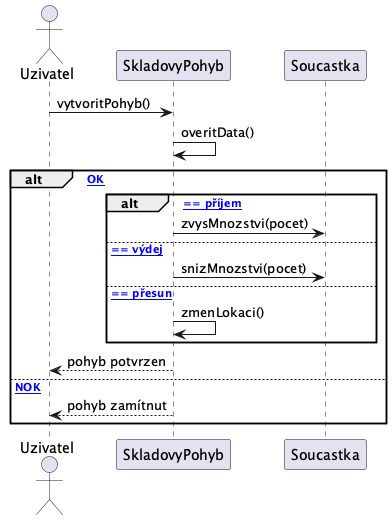
The PlantUML diagram docs/images/13_sequence_pohyb.png in lkvapil/wms-elektronicke-soucastky, before a commit.
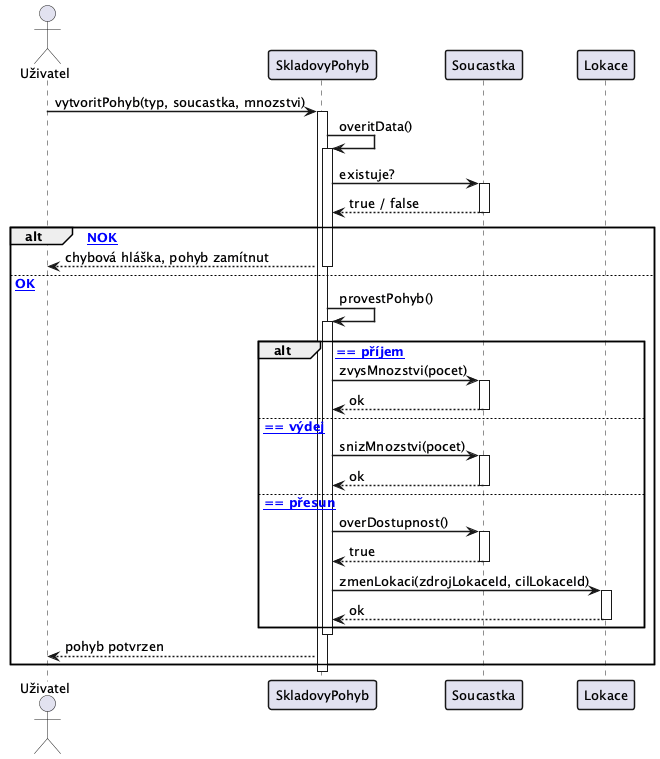
Above is the later version.

Commit message:
docs: rozšíření sekvenčního diagramu vytvoření pohybu

- Přidány lifebary a správné návratové šipky
- Přidán participant Lokace pro případ přesunu
- Rozděleno na vytvoritPohyb(), overitData() a provestPohyb()
- Přidán alternativní tok při nevalidních datech

The edit, as a diff of the source:
```diff
@@ -1,23 +1,58 @@
 @startuml
+skinparam defaultFontSize 13
+skinparam sequenceArrowThickness 1.5
+skinparam sequenceParticipantBorderThickness 1.5
 
-actor Uzivatel
-participant SkladovyPohyb
-participant Soucastka
+actor "Uživatel" as Uzivatel
+participant "SkladovyPohyb" as Pohyb
+participant "Soucastka" as Soucastka
+participant "Lokace" as Lokace
 
-Uzivatel -> SkladovyPohyb : vytvoritPohyb()
-SkladovyPohyb -> SkladovyPohyb : overitData()
+Uzivatel -> Pohyb : vytvoritPohyb(typ, soucastka, mnozstvi)
+activate Pohyb
 
-alt [data OK]
+Pohyb -> Pohyb : overitData()
+activate Pohyb
+
+Pohyb -> Soucastka : existuje?
+activate Soucastka
+Soucastka --> Pohyb : true / false
+deactivate Soucastka
+
+alt [data NOK]
+    Pohyb --> Uzivatel : chybová hláška, pohyb zamítnut
+else [data OK]
+    deactivate Pohyb
+
+    Pohyb -> Pohyb : provestPohyb()
+    activate Pohyb
+
     alt [typ == příjem]
-        SkladovyPohyb -> Soucastka : zvysMnozstvi(pocet)
+        Pohyb -> Soucastka : zvysMnozstvi(pocet)
+        activate Soucastka
+        Soucastka --> Pohyb : ok
+        deactivate Soucastka
+
     else [typ == výdej]
-        SkladovyPohyb -> Soucastka : snizMnozstvi(pocet)
+        Pohyb -> Soucastka : snizMnozstvi(pocet)
+        activate Soucastka
+        Soucastka --> Pohyb : ok
+        deactivate Soucastka
+
     else [typ == přesun]
-        SkladovyPohyb -> SkladovyPohyb : zmenLokaci()
+        Pohyb -> Soucastka : overDostupnost()
+        activate Soucastka
+        Soucastka --> Pohyb : true
+        deactivate Soucastka
+        Pohyb -> Lokace : zmenLokaci(zdrojLokaceId, cilLokaceId)
+        activate Lokace
+        Lokace --> Pohyb : ok
+        deactivate Lokace
     end
-    SkladovyPohyb --> Uzivatel : pohyb potvrzen
-else [data NOK]
-    SkladovyPohyb --> Uzivatel : pohyb zamítnut
+
+    deactivate Pohyb
+    Pohyb --> Uzivatel : pohyb potvrzen
 end
 
+deactivate Pohyb
 @enduml
```
